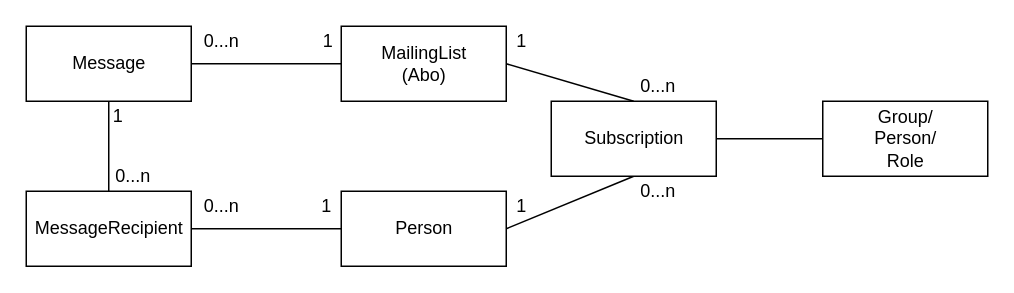
This is page "Abos" (2 of 3) of doc/architecture/diagrams/modules/messages.drawio from hitobito/hitobito, a draw.io file, before an edit. Source tidied: cells renumbered, new cells numbered last; positions are measured from the earlier drawing's top-left corner, leaving out a move shared by most shapes. Both pictures are drawn from the tidied source at 150%, with x=0, y=0 at pixel (26, 26).
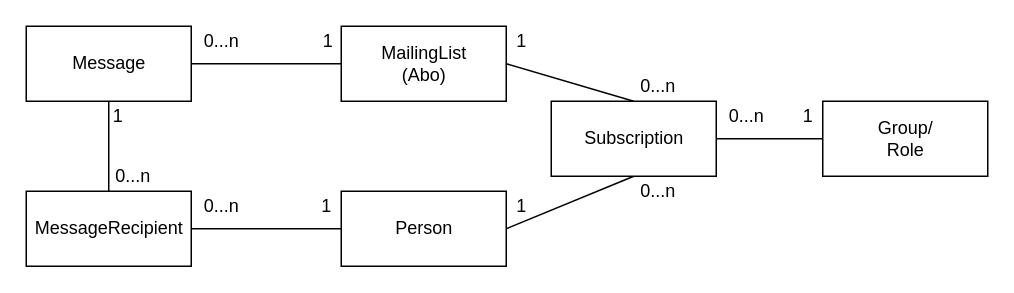
The same diagram, later.

Diff of the diagram source:
```diff
@@
-    <mxCell id="13" value="Group/&lt;br&gt;Person/&lt;br&gt;Role" style="html=1;" parent="1" vertex="1">
+    <mxCell id="13" value="Group/&lt;br&gt;Role" style="html=1;" parent="1" vertex="1">
       <mxGeometry x="531" y="50" width="110" height="50" as="geometry" />
     </mxCell>
@@
+    <mxCell id="24" value="0...n" style="text;html=1;align=center;verticalAlign=middle;strokeColor=none;fillColor=none;" parent="1" vertex="1">
+      <mxGeometry x="460" y="50" width="40" height="20" as="geometry" />
+    </mxCell>
+    <mxCell id="25" value="1" style="text;html=1;align=center;verticalAlign=middle;strokeColor=none;fillColor=none;" parent="1" vertex="1">
+      <mxGeometry x="511" y="50" width="20" height="20" as="geometry" />
+    </mxCell>
```
